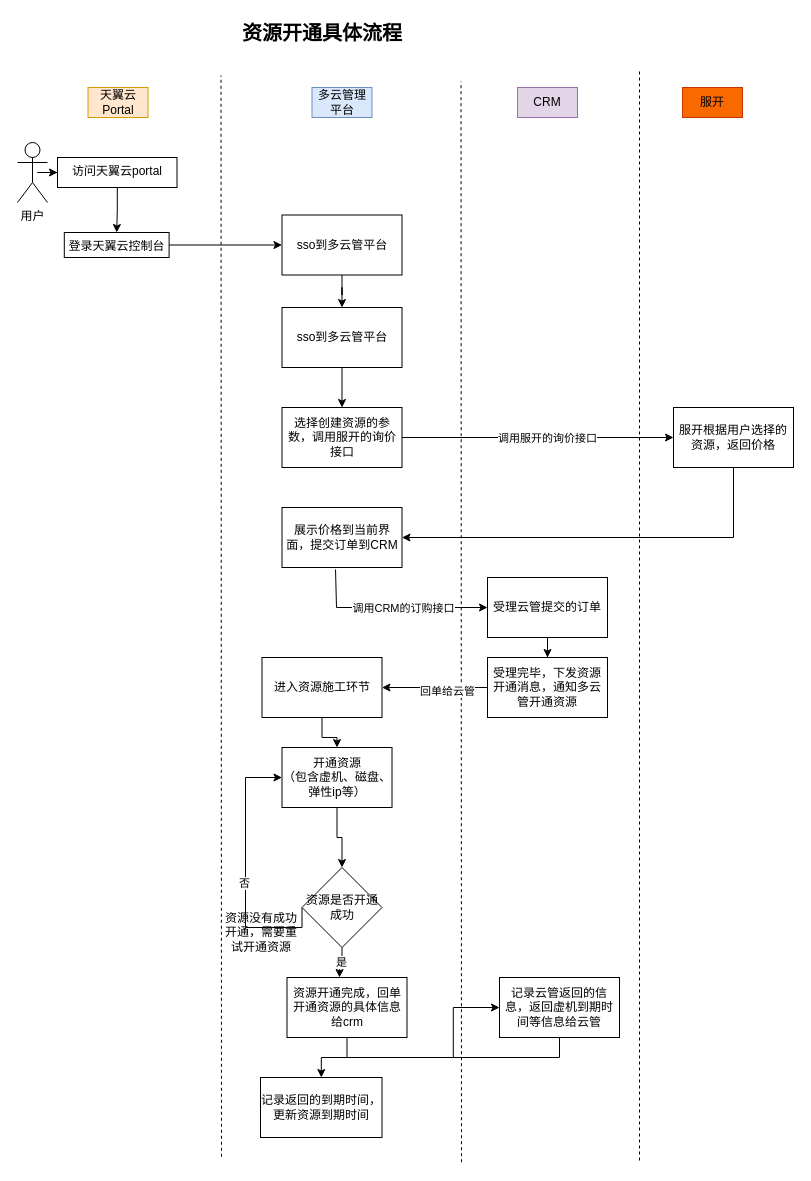
Before: CTyun-bak.drawio in link-yuml/diagrams, a draw.io diagram. Source tidied: cells renumbered, new cells numbered last; positions are measured from the earlier drawing's top-left corner, leaving out a move shared by most shapes. Both pictures are drawn from the tidied source at 100%, with x=0, y=0 at pixel (17, 17).
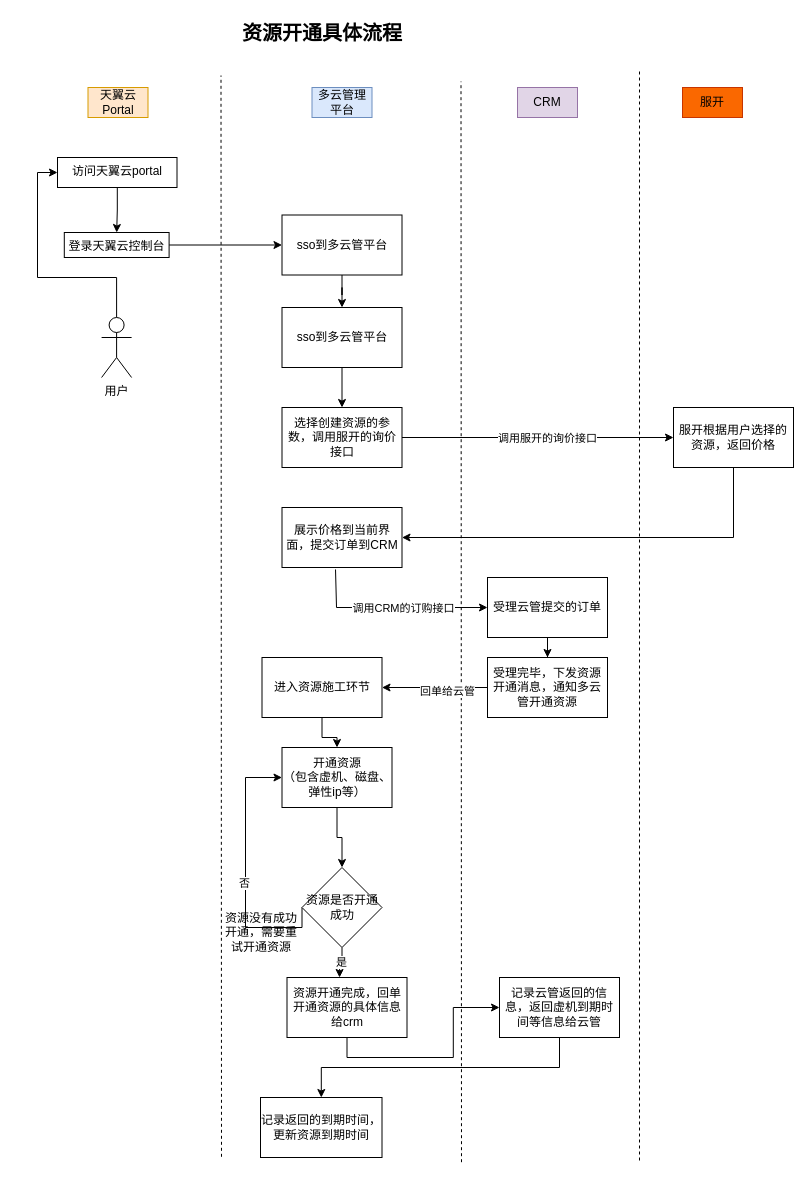
The same diagram, later.

The change refers to these unchanged cells:
```xml
<mxCell id="10" value="&lt;div&gt;&lt;span&gt;访问天翼云portal&lt;/span&gt;&lt;/div&gt;" style="whiteSpace=wrap;html=1;verticalAlign=top;align=center;" parent="1" vertex="1">
  <mxGeometry x="40" y="140" width="119.5" height="30" as="geometry" />
</mxCell>
```

Change to the diagram source:
```diff
@@
-    <mxCell id="7" style="edgeStyle=orthogonalEdgeStyle;rounded=0;jettySize=auto;html=1;" parent="1" edge="1" source="8" target="10">
-      <mxGeometry relative="1" as="geometry" />
+    <mxCell id="7" style="edgeStyle=orthogonalEdgeStyle;rounded=0;jettySize=auto;html=1;entryX=0;entryY=0.5;entryDx=0;entryDy=0;" parent="1" edge="1" source="8" target="10">
+      <mxGeometry relative="1" as="geometry">
+        <Array as="points">
+          <mxPoint x="99" y="260" />
+          <mxPoint x="20" y="260" />
+          <mxPoint x="20" y="155" />
+        </Array>
+      </mxGeometry>
     </mxCell>
     <mxCell id="8" value="用户" style="shape=umlActor;verticalLabelPosition=bottom;verticalAlign=top;html=1;outlineConnect=0;" parent="1" vertex="1">
-      <mxGeometry y="125" width="30" height="60" as="geometry" />
+      <mxGeometry x="84.1" y="300" width="30" height="60" as="geometry" />
     </mxCell>
@@
     <mxCell id="47" value="记录返回的到期时间，更新资源到期时间" style="rounded=0;whiteSpace=wrap;html=1;" parent="1" vertex="1">
-      <mxGeometry x="243" y="1060" width="121.5" height="60" as="geometry" />
+      <mxGeometry x="243" y="1080" width="121.5" height="60" as="geometry" />
     </mxCell>
```
